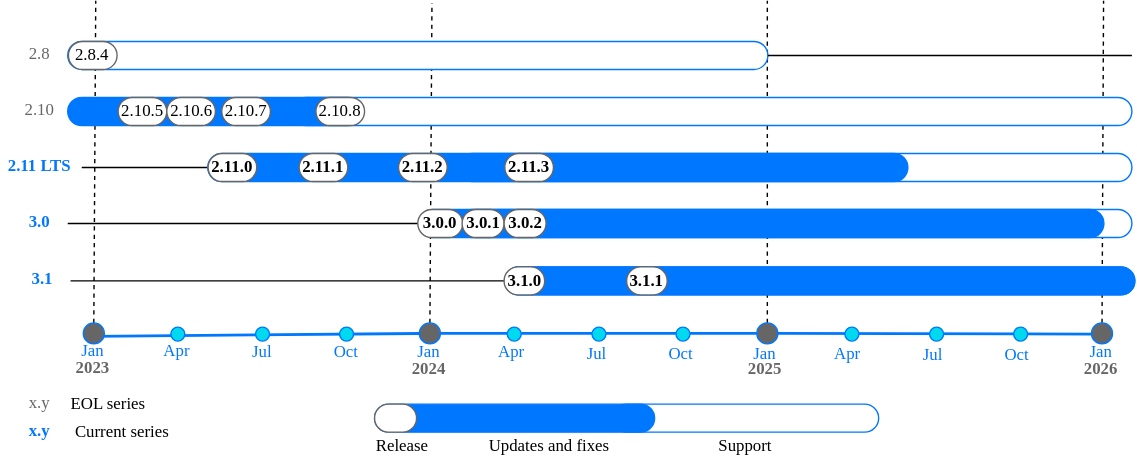
The draw.io diagram doc/release/_images/releases_calendar.svg in tarantool/doc, before a commit. Source tidied: cells renumbered, new cells last; positions are measured from the earlier drawing's top-left corner, leaving out a move shared by most shapes.
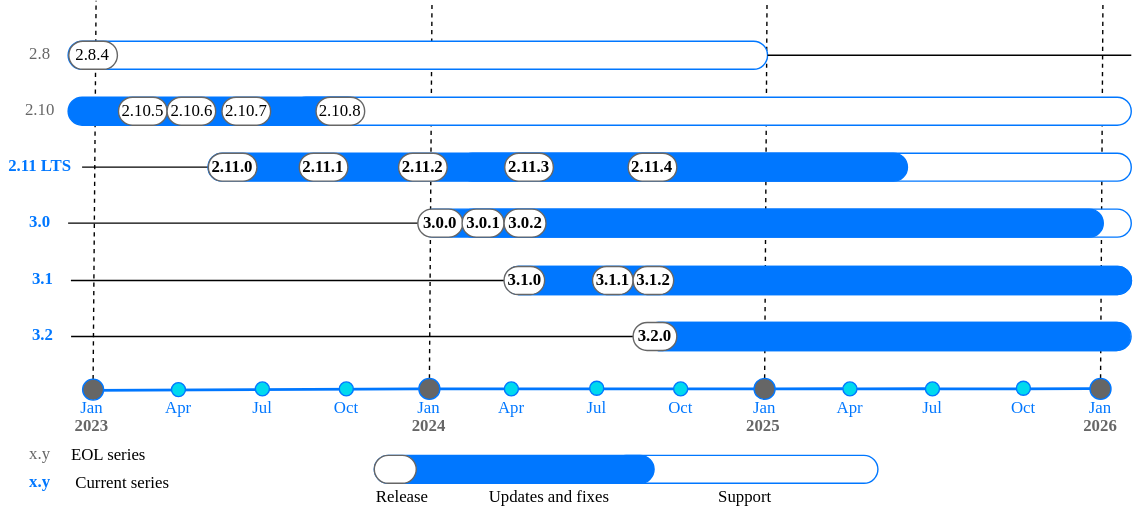
After the change.

What changed in the source:
```diff
@@ -3,20 +3,18 @@
     <mxCell id="0" style="html=1;" />
     <mxCell id="1" style="html=1;" parent="0" />
     <mxCell id="2" style="rounded=1;whiteSpace=wrap;html=1;glass=0;arcSize=50;strokeColor=#0077FF;fillColor=#FFFFFF;strokeWidth=1;fontFamily=VK Sans Display;" parent="1" vertex="1">
-      <mxGeometry x="437" y="288" width="190" height="20" as="geometry" />
+      <mxGeometry x="436.8" y="325" width="190" height="20" as="geometry" />
     </mxCell>
-    <mxCell id="3" style="endArrow=none;html=1;rounded=0;exitX=1;exitY=0.5;exitDx=0;exitDy=0;entryX=0;entryY=0.5;entryDx=0;entryDy=0;strokeWidth=2;strokeColor=#0077FF;fontColor=#0077FF;fontFamily=VK Sans Display;" parent="1" edge="1" source="66">
-      <mxGeometry relative="1" as="geometry">
-        <mxPoint x="782.1" y="238" as="targetPoint" />
-      </mxGeometry>
+    <mxCell id="3" style="endArrow=none;html=1;rounded=0;exitX=1;exitY=0.5;exitDx=0;exitDy=0;entryX=0.002;entryY=0.489;entryDx=0;entryDy=0;strokeWidth=2;strokeColor=#0077FF;fontColor=#0077FF;fontFamily=VK Sans Display;entryPerimeter=0;" parent="1" edge="1" source="24" target="65">
+      <mxGeometry relative="1" as="geometry" />
     </mxCell>
-    <mxCell id="4" style="endArrow=none;html=1;rounded=0;exitX=0.516;exitY=-0.544;exitDx=0;exitDy=0;exitPerimeter=0;strokeWidth=2;strokeColor=#0077FF;fontColor=#0077FF;fontFamily=VK Sans Display;" parent="1" edge="1" source="29" target="64">
-      <mxGeometry relative="1" as="geometry" />
+    <mxCell id="4" style="endArrow=none;html=1;rounded=0;exitX=0.516;exitY=-0.544;exitDx=0;exitDy=0;exitPerimeter=0;strokeWidth=2;strokeColor=#0077FF;fontColor=#0077FF;fontFamily=VK Sans Display;" parent="1" edge="1" target="64">
+      <mxGeometry relative="1" as="geometry">
+        <mxPoint x="65.6" y="278.6" as="sourcePoint" />
+      </mxGeometry>
     </mxCell>
-    <mxCell id="5" style="endArrow=none;html=1;rounded=0;exitX=1;exitY=0.5;exitDx=0;exitDy=0;entryX=0;entryY=0.5;entryDx=0;entryDy=0;strokeWidth=2;strokeColor=#0077FF;fontColor=#0077FF;fontFamily=VK Sans Display;" parent="1" edge="1" target="66">
-      <mxGeometry relative="1" as="geometry">
-        <mxPoint x="313" y="237.5" as="sourcePoint" />
-      </mxGeometry>
+    <mxCell id="5" style="endArrow=none;html=1;rounded=0;exitX=0.964;exitY=0.502;exitDx=0;exitDy=0;entryX=0;entryY=0.5;entryDx=0;entryDy=0;strokeWidth=2;strokeColor=#0077FF;fontColor=#0077FF;fontFamily=VK Sans Display;exitPerimeter=0;" parent="1" edge="1" source="20" target="66">
+      <mxGeometry relative="1" as="geometry" />
     </mxCell>
     <mxCell id="6" style="endArrow=none;dashed=1;html=1;strokeWidth=1;rounded=0;fontFamily=VK Sans Display;" parent="1" edge="1" source="65">
       <mxGeometry relative="1" as="geometry">
@@ -52,91 +50,80 @@
         <mxPoint x="57.9" y="119" as="sourcePoint" />
       </mxGeometry>
     </mxCell>
-    <mxCell id="14" style="endArrow=none;html=1;rounded=0;strokeColor=#0077FF;fontColor=#0077FF;fontFamily=VK Sans Display;" parent="1" edge="1" target="15">
+    <mxCell id="14" style="endArrow=none;html=1;rounded=0;strokeColor=#0077FF;fontColor=#0077FF;fontFamily=VK Sans Display;" parent="1" edge="1">
       <mxGeometry relative="1" as="geometry">
-        <mxPoint x="67" y="239" as="sourcePoint" />
+        <mxPoint x="66.8" y="276" as="sourcePoint" />
+        <mxPoint x="66.2" y="282" as="targetPoint" />
       </mxGeometry>
     </mxCell>
     <mxCell id="15" style="ellipse;whiteSpace=wrap;html=1;strokeColor=#0077FF;fillColor=#666666;fontColor=#0077FF;fontFamily=VK Sans Display;" parent="1" vertex="1">
-      <mxGeometry x="59" y="230" width="15" height="15" as="geometry" />
+      <mxGeometry x="58.2" y="270.5" width="15" height="15" as="geometry" />
     </mxCell>
     <mxCell id="16" style="ellipse;whiteSpace=wrap;html=1;strokeColor=#0077FF;fillColor=#00d9ee;fontColor=#0077FF;fontFamily=VK Sans Display;" parent="1" vertex="1">
-      <mxGeometry x="121.5" y="233" width="10" height="10" as="geometry" />
+      <mxGeometry x="121.8" y="273" width="10" height="10" as="geometry" />
     </mxCell>
     <mxCell id="17" style="ellipse;whiteSpace=wrap;html=1;strokeColor=#0077FF;fillColor=#00d9ee;fontColor=#0077FF;fontFamily=VK Sans Display;" parent="1" vertex="1">
-      <mxGeometry x="182" y="233" width="10" height="10" as="geometry" />
+      <mxGeometry x="181.8" y="272.5" width="10" height="10" as="geometry" />
     </mxCell>
     <mxCell id="18" style="ellipse;whiteSpace=wrap;html=1;strokeColor=#0077FF;fillColor=#00d9ee;fontColor=#0077FF;fontFamily=VK Sans Display;" parent="1" vertex="1">
-      <mxGeometry x="242" y="233" width="10" height="10" as="geometry" />
+      <mxGeometry x="241.8" y="272.5" width="10" height="10" as="geometry" />
     </mxCell>
     <mxCell id="19" value="&lt;b&gt;2023&lt;/b&gt;" style="text;html=1;align=center;verticalAlign=middle;whiteSpace=wrap;rounded=0;fontColor=#666666;strokeColor=none;fontFamily=VK Sans Display;" parent="1" vertex="1">
-      <mxGeometry x="51" y="257" width="30" height="10" as="geometry" />
+      <mxGeometry x="50.2" y="299" width="30" height="10" as="geometry" />
     </mxCell>
-    <mxCell id="20" style="ellipse;whiteSpace=wrap;html=1;strokeColor=#0077FF;fillColor=#00D9EE;fontColor=#0077FF;fontFamily=VK Sans Display;" parent="1" vertex="1">
-      <mxGeometry x="361.8" y="233" width="10" height="10" as="geometry" />
-    </mxCell>
     <mxCell id="21" style="ellipse;whiteSpace=wrap;html=1;strokeColor=#0077FF;fillColor=#00D9EE;fontColor=#0077FF;fontFamily=VK Sans Display;" parent="1" vertex="1">
-      <mxGeometry x="422.2" y="233" width="10" height="10" as="geometry" />
+      <mxGeometry x="420.8" y="272" width="10" height="10" as="geometry" />
     </mxCell>
     <mxCell id="22" style="ellipse;whiteSpace=wrap;html=1;strokeColor=#0077FF;fillColor=#00D9EE;fontColor=#0077FF;fontFamily=VK Sans Display;" parent="1" vertex="1">
-      <mxGeometry x="482.2" y="233" width="10" height="10" as="geometry" />
+      <mxGeometry x="480.8" y="272.5" width="10" height="10" as="geometry" />
     </mxCell>
-    <mxCell id="23" style="ellipse;whiteSpace=wrap;html=1;strokeColor=#0077FF;fillColor=#00D9EE;fontColor=#0077FF;fontFamily=VK Sans Display;" parent="1" vertex="1">
-      <mxGeometry x="602.9" y="233" width="10" height="10" as="geometry" />
-    </mxCell>
-    <mxCell id="24" style="ellipse;whiteSpace=wrap;html=1;strokeColor=#0077FF;fillColor=#00D9EE;fontColor=#0077FF;fontFamily=VK Sans Display;" parent="1" vertex="1">
-      <mxGeometry x="663.4" y="233" width="10" height="10" as="geometry" />
-    </mxCell>
     <mxCell id="25" style="ellipse;whiteSpace=wrap;html=1;strokeColor=#0077FF;fillColor=#00D9EE;fontColor=#0077FF;fontFamily=VK Sans Display;" parent="1" vertex="1">
-      <mxGeometry x="723.4" y="233" width="10" height="10" as="geometry" />
+      <mxGeometry x="725.8" y="272" width="10" height="10" as="geometry" />
     </mxCell>
     <mxCell id="26" value="&lt;b&gt;2024&lt;/b&gt;" style="text;html=1;align=center;verticalAlign=middle;whiteSpace=wrap;rounded=0;fontColor=#666666;strokeColor=none;fontFamily=VK Sans Display;" parent="1" vertex="1">
-      <mxGeometry x="291" y="258" width="30" height="10" as="geometry" />
+      <mxGeometry x="290.8" y="299" width="30" height="10" as="geometry" />
     </mxCell>
     <mxCell id="27" value="2025" style="text;html=1;align=center;verticalAlign=middle;whiteSpace=wrap;rounded=0;fontStyle=1;fontColor=#666666;strokeColor=none;fontFamily=VK Sans Display;" parent="1" vertex="1">
-      <mxGeometry x="531" y="258" width="30" height="10" as="geometry" />
+      <mxGeometry x="530" y="299" width="30" height="10" as="geometry" />
     </mxCell>
     <mxCell id="28" value="2026" style="text;html=1;align=center;verticalAlign=middle;whiteSpace=wrap;rounded=0;fontStyle=1;fontColor=#666666;strokeColor=none;fontFamily=VK Sans Display;" parent="1" vertex="1">
-      <mxGeometry x="771" y="258" width="30" height="10" as="geometry" />
+      <mxGeometry x="770.8" y="299" width="30" height="10" as="geometry" />
     </mxCell>
-    <mxCell id="29" value="Jan" style="text;html=1;align=center;verticalAlign=middle;whiteSpace=wrap;rounded=0;fontColor=#0077FF;strokeColor=none;fontFamily=VK Sans Display;" parent="1" vertex="1">
-      <mxGeometry x="56" y="245" width="20" height="10" as="geometry" />
-    </mxCell>
     <mxCell id="30" value="Apr" style="text;html=1;align=center;verticalAlign=middle;whiteSpace=wrap;rounded=0;fontColor=#0077FF;strokeColor=none;fontFamily=VK Sans Display;" parent="1" vertex="1">
-      <mxGeometry x="116" y="245" width="20" height="10" as="geometry" />
+      <mxGeometry x="116.8" y="285.5" width="20" height="10" as="geometry" />
     </mxCell>
     <mxCell id="31" value="Jul" style="text;html=1;align=center;verticalAlign=middle;whiteSpace=wrap;rounded=0;fontColor=#0077FF;strokeColor=none;fontFamily=VK Sans Display;" parent="1" vertex="1">
-      <mxGeometry x="177" y="246" width="20" height="10" as="geometry" />
+      <mxGeometry x="176.8" y="285.5" width="20" height="10" as="geometry" />
     </mxCell>
     <mxCell id="32" value="Oct" style="text;html=1;align=center;verticalAlign=middle;whiteSpace=wrap;rounded=0;fontColor=#0077FF;strokeColor=none;fontFamily=VK Sans Display;" parent="1" vertex="1">
-      <mxGeometry x="237" y="246" width="20" height="10" as="geometry" />
+      <mxGeometry x="236.8" y="285.5" width="20" height="10" as="geometry" />
     </mxCell>
     <mxCell id="33" value="Jan" style="text;html=1;align=center;verticalAlign=middle;whiteSpace=wrap;rounded=0;fontColor=#0077FF;strokeColor=none;fontFamily=VK Sans Display;" parent="1" vertex="1">
-      <mxGeometry x="296" y="246" width="20" height="10" as="geometry" />
+      <mxGeometry x="295.8" y="285.5" width="20" height="10" as="geometry" />
     </mxCell>
     <mxCell id="34" value="Apr" style="text;html=1;align=center;verticalAlign=middle;whiteSpace=wrap;rounded=0;fontColor=#0077FF;strokeColor=none;fontFamily=VK Sans Display;" parent="1" vertex="1">
-      <mxGeometry x="355" y="246" width="20" height="10" as="geometry" />
+      <mxGeometry x="354.8" y="285.5" width="20" height="10" as="geometry" />
     </mxCell>
     <mxCell id="35" value="Jul" style="text;html=1;align=center;verticalAlign=middle;whiteSpace=wrap;rounded=0;fontColor=#0077FF;strokeColor=none;fontFamily=VK Sans Display;" parent="1" vertex="1">
-      <mxGeometry x="416" y="247" width="20" height="10" as="geometry" />
+      <mxGeometry x="415.8" y="285.5" width="20" height="10" as="geometry" />
     </mxCell>
     <mxCell id="36" value="Oct" style="text;html=1;align=center;verticalAlign=middle;whiteSpace=wrap;rounded=0;fontColor=#0077FF;strokeColor=none;fontFamily=VK Sans Display;" parent="1" vertex="1">
-      <mxGeometry x="476" y="247" width="20" height="10" as="geometry" />
+      <mxGeometry x="475.8" y="285.5" width="20" height="10" as="geometry" />
     </mxCell>
     <mxCell id="37" value="Jan" style="text;html=1;align=center;verticalAlign=middle;whiteSpace=wrap;rounded=0;fontColor=#0077FF;strokeColor=none;fontFamily=VK Sans Display;" parent="1" vertex="1">
-      <mxGeometry x="536" y="247" width="20" height="10" as="geometry" />
+      <mxGeometry x="535.8" y="285.5" width="20" height="10" as="geometry" />
     </mxCell>
     <mxCell id="38" value="Apr" style="text;html=1;align=center;verticalAlign=middle;whiteSpace=wrap;rounded=0;fontColor=#0077FF;strokeColor=none;fontFamily=VK Sans Display;" parent="1" vertex="1">
-      <mxGeometry x="595" y="247" width="20" height="10" as="geometry" />
+      <mxGeometry x="597" y="285.5" width="20" height="10" as="geometry" />
     </mxCell>
     <mxCell id="39" value="Jul" style="text;html=1;align=center;verticalAlign=middle;whiteSpace=wrap;rounded=0;fontColor=#0077FF;strokeColor=none;fontFamily=VK Sans Display;" parent="1" vertex="1">
-      <mxGeometry x="656" y="248" width="20" height="10" as="geometry" />
+      <mxGeometry x="655.8" y="285.5" width="20" height="10" as="geometry" />
     </mxCell>
     <mxCell id="40" value="Oct" style="text;html=1;align=center;verticalAlign=middle;whiteSpace=wrap;rounded=0;fontColor=#0077FF;strokeColor=none;fontFamily=VK Sans Display;" parent="1" vertex="1">
-      <mxGeometry x="716" y="248" width="20" height="10" as="geometry" />
+      <mxGeometry x="720.8" y="285.5" width="20" height="10" as="geometry" />
     </mxCell>
     <mxCell id="41" value="Jan" style="text;html=1;align=center;verticalAlign=middle;whiteSpace=wrap;rounded=0;fontColor=#0077FF;strokeColor=none;fontFamily=VK Sans Display;" parent="1" vertex="1">
-      <mxGeometry x="776.1" y="246" width="20" height="10" as="geometry" />
+      <mxGeometry x="775.9" y="285.5" width="20" height="10" as="geometry" />
     </mxCell>
     <mxCell id="42" style="endArrow=none;html=1;rounded=0;fontFamily=VK Sans Display;" parent="1" edge="1" source="45">
       <mxGeometry relative="1" as="geometry">
@@ -213,43 +200,43 @@
       </mxGeometry>
     </mxCell>
     <mxCell id="64" style="ellipse;whiteSpace=wrap;html=1;strokeColor=#0077FF;fillColor=#666666;fontColor=#0077FF;fontFamily=VK Sans Display;" parent="1" vertex="1">
-      <mxGeometry x="299" y="230" width="15" height="15" as="geometry" />
+      <mxGeometry x="298.6" y="270" width="15" height="15" as="geometry" />
     </mxCell>
     <mxCell id="65" style="ellipse;whiteSpace=wrap;html=1;strokeColor=#0077FF;fillColor=#666666;fontColor=#0077FF;fontFamily=VK Sans Display;" parent="1" vertex="1">
-      <mxGeometry x="779" y="230" width="15" height="15" as="geometry" />
+      <mxGeometry x="778.4" y="270" width="15" height="15" as="geometry" />
     </mxCell>
     <mxCell id="66" style="ellipse;whiteSpace=wrap;html=1;strokeColor=#0077FF;fillColor=#666666;fontColor=#0077FF;fontFamily=VK Sans Display;" parent="1" vertex="1">
-      <mxGeometry x="540" y="230" width="15" height="15" as="geometry" />
+      <mxGeometry x="538.2" y="270" width="15" height="15" as="geometry" />
     </mxCell>
     <mxCell id="67" style="rounded=1;whiteSpace=wrap;html=1;glass=0;arcSize=50;strokeColor=#0077FF;fillColor=#0077FF;fontFamily=VK Sans Display;" parent="1" vertex="1">
-      <mxGeometry x="267" y="288" width="200" height="20" as="geometry" />
+      <mxGeometry x="266.8" y="325" width="200" height="20" as="geometry" />
     </mxCell>
     <mxCell id="68" style="rounded=1;whiteSpace=wrap;html=1;glass=0;arcSize=50;strokeColor=#666666;fillColor=#FFFFFF;strokeWidth=1;fontFamily=VK Sans Display;" parent="1" vertex="1">
-      <mxGeometry x="267" y="288" width="30" height="20" as="geometry" />
+      <mxGeometry x="266.8" y="325" width="30" height="20" as="geometry" />
     </mxCell>
     <mxCell id="69" value="Release" style="text;html=1;align=center;verticalAlign=middle;whiteSpace=wrap;rounded=0;fontFamily=VK Sans Display;" parent="1" vertex="1">
-      <mxGeometry x="257" y="308" width="60" height="20" as="geometry" />
+      <mxGeometry x="256.8" y="345" width="60" height="20" as="geometry" />
     </mxCell>
     <mxCell id="70" value="Updates and fixes" style="text;html=1;align=center;verticalAlign=middle;whiteSpace=wrap;rounded=0;fontFamily=VK Sans Display;" parent="1" vertex="1">
-      <mxGeometry x="337" y="308" width="110" height="20" as="geometry" />
+      <mxGeometry x="336.8" y="345" width="110" height="20" as="geometry" />
     </mxCell>
     <mxCell id="71" value="Support" style="text;html=1;align=center;verticalAlign=middle;whiteSpace=wrap;rounded=0;fontFamily=VK Sans Display;" parent="1" vertex="1">
-      <mxGeometry x="507" y="308" width="50" height="20" as="geometry" />
+      <mxGeometry x="506.8" y="345" width="50" height="20" as="geometry" />
     </mxCell>
     <mxCell id="72" value="x.y" style="text;html=1;align=center;verticalAlign=middle;whiteSpace=wrap;rounded=0;fontColor=#666666;fontFamily=VK Sans Display;" parent="1" vertex="1">
-      <mxGeometry x="17" y="278" width="22.2" height="17.5" as="geometry" />
+      <mxGeometry x="16.8" y="315" width="22.2" height="17.5" as="geometry" />
     </mxCell>
     <mxCell id="73" value="EOL series" style="text;html=1;align=center;verticalAlign=middle;whiteSpace=wrap;rounded=0;fontFamily=VK Sans Display;" parent="1" vertex="1">
-      <mxGeometry x="37" y="278" width="80" height="20" as="geometry" />
+      <mxGeometry x="36.8" y="315" width="80" height="20" as="geometry" />
     </mxCell>
     <mxCell id="74" value="&lt;font color=&quot;#0077ff&quot;&gt;&lt;b&gt;x.y&lt;/b&gt;&lt;/font&gt;" style="text;html=1;align=center;verticalAlign=middle;whiteSpace=wrap;rounded=0;fontFamily=VK Sans Display;" parent="1" vertex="1">
-      <mxGeometry x="15" y="298" width="26" height="17.5" as="geometry" />
+      <mxGeometry x="14.8" y="335" width="26" height="17.5" as="geometry" />
     </mxCell>
     <mxCell id="75" value="Current series" style="text;html=1;align=center;verticalAlign=middle;whiteSpace=wrap;rounded=0;fontFamily=VK Sans Display;" parent="1" vertex="1">
-      <mxGeometry x="37" y="298" width="100" height="20" as="geometry" />
+      <mxGeometry x="36.8" y="335" width="100" height="20" as="geometry" />
     </mxCell>
     <mxCell id="76" style="rounded=1;whiteSpace=wrap;html=1;glass=0;arcSize=50;strokeColor=#0077FF;fillColor=#FFFFFF;strokeWidth=1;fontFamily=VK Sans Display;" parent="1" vertex="1">
-      <mxGeometry x="360" y="190" width="449.9" height="20" as="geometry" />
+      <mxGeometry x="360" y="190" width="448" height="20" as="geometry" />
     </mxCell>
     <mxCell id="77" style="endArrow=none;html=1;rounded=0;fontFamily=VK Sans Display;" parent="1" edge="1" source="80">
       <mxGeometry relative="1" as="geometry">
@@ -265,7 +252,7 @@
       </mxGeometry>
     </mxCell>
     <mxCell id="80" style="rounded=1;whiteSpace=wrap;html=1;glass=0;arcSize=50;strokeColor=#0077FF;fillColor=#0077FF;fontFamily=VK Sans Display;" parent="1" vertex="1">
-      <mxGeometry x="360" y="190" width="450" height="20" as="geometry" />
+      <mxGeometry x="360" y="190" width="448" height="20" as="geometry" />
     </mxCell>
     <mxCell id="81" value="&lt;b&gt;3.1.0&lt;/b&gt;" style="rounded=1;whiteSpace=wrap;html=1;glass=0;arcSize=50;strokeColor=#666666;fillColor=#FFFFFF;strokeWidth=1;fontFamily=VK Sans Display;" parent="1" vertex="1">
       <mxGeometry x="359.5" y="190" width="29" height="20" as="geometry" />
@@ -277,7 +264,56 @@
       <mxGeometry x="360" y="109" width="34.8" height="20" as="geometry" />
     </mxCell>
     <mxCell id="84" value="&lt;b&gt;3.1.1&lt;/b&gt;" style="rounded=1;whiteSpace=wrap;html=1;glass=0;arcSize=50;strokeColor=#666666;fillColor=#FFFFFF;strokeWidth=1;fontFamily=VK Sans Display;" parent="1" vertex="1">
-      <mxGeometry x="447" y="190" width="29" height="20" as="geometry" />
+      <mxGeometry x="422.8" y="190" width="29" height="20" as="geometry" />
     </mxCell>
+    <mxCell id="85" style="endArrow=none;html=1;rounded=0;exitX=1;exitY=0.5;exitDx=0;exitDy=0;entryX=0.002;entryY=0.489;entryDx=0;entryDy=0;strokeWidth=2;strokeColor=#0077FF;fontColor=#0077FF;fontFamily=VK Sans Display;entryPerimeter=0;" parent="1" edge="1" source="66" target="23">
+      <mxGeometry relative="1" as="geometry" />
+    </mxCell>
+    <mxCell id="23" style="ellipse;whiteSpace=wrap;html=1;strokeColor=#0077FF;fillColor=#00D9EE;fontColor=#0077FF;fontFamily=VK Sans Display;" parent="1" vertex="1">
+      <mxGeometry x="601.8" y="272.5" width="10" height="10" as="geometry" />
+    </mxCell>
+    <mxCell id="86" style="endArrow=none;html=1;rounded=0;exitX=1;exitY=0.5;exitDx=0;exitDy=0;entryX=0.002;entryY=0.489;entryDx=0;entryDy=0;strokeWidth=2;strokeColor=#0077FF;fontColor=#0077FF;fontFamily=VK Sans Display;entryPerimeter=0;" parent="1" edge="1" source="23" target="24">
+      <mxGeometry relative="1" as="geometry" />
+    </mxCell>
+    <mxCell id="24" style="ellipse;whiteSpace=wrap;html=1;strokeColor=#0077FF;fillColor=#00D9EE;fontColor=#0077FF;fontFamily=VK Sans Display;" parent="1" vertex="1">
+      <mxGeometry x="660.8" y="272.5" width="10" height="10" as="geometry" />
+    </mxCell>
+    <mxCell id="87" style="endArrow=none;html=1;rounded=0;exitX=0.964;exitY=0.502;exitDx=0;exitDy=0;entryX=0;entryY=0.5;entryDx=0;entryDy=0;strokeWidth=2;strokeColor=#0077FF;fontColor=#0077FF;fontFamily=VK Sans Display;exitPerimeter=0;" parent="1" edge="1" source="64" target="20">
+      <mxGeometry relative="1" as="geometry" />
+    </mxCell>
+    <mxCell id="20" style="ellipse;whiteSpace=wrap;html=1;strokeColor=#0077FF;fillColor=#00D9EE;fontColor=#0077FF;fontFamily=VK Sans Display;" parent="1" vertex="1">
+      <mxGeometry x="359.8" y="272.5" width="10" height="10" as="geometry" />
+    </mxCell>
+    <mxCell id="88" style="rounded=1;whiteSpace=wrap;html=1;glass=0;arcSize=50;strokeColor=#0077FF;fillColor=#FFFFFF;strokeWidth=1;fontFamily=VK Sans Display;" parent="1" vertex="1">
+      <mxGeometry x="460" y="230" width="347.7" height="20" as="geometry" />
+    </mxCell>
+    <mxCell id="89" style="endArrow=none;html=1;rounded=0;fontFamily=VK Sans Display;" parent="1" edge="1" source="92">
+      <mxGeometry relative="1" as="geometry">
+        <mxPoint x="787.7" y="240" as="targetPoint" />
+      </mxGeometry>
+    </mxCell>
+    <mxCell id="90" value="&lt;font color=&quot;#0077ff&quot;&gt;&lt;b&gt;3.2&lt;/b&gt;&lt;/font&gt;" style="text;html=1;align=center;verticalAlign=middle;whiteSpace=wrap;rounded=0;fontFamily=VK Sans Display;" parent="1" vertex="1">
+      <mxGeometry x="16.8" y="230" width="26" height="17.5" as="geometry" />
+    </mxCell>
+    <mxCell id="91" style="endArrow=none;html=1;rounded=0;fontFamily=VK Sans Display;" parent="1" edge="1" target="92">
+      <mxGeometry relative="1" as="geometry">
+        <mxPoint x="50" y="240" as="sourcePoint" />
+      </mxGeometry>
+    </mxCell>
+    <mxCell id="92" style="rounded=1;whiteSpace=wrap;html=1;glass=0;arcSize=50;strokeColor=#0077FF;fillColor=#0077FF;fontFamily=VK Sans Display;" parent="1" vertex="1">
+      <mxGeometry x="460" y="230" width="347" height="20" as="geometry" />
+    </mxCell>
+    <mxCell id="93" value="&lt;b&gt;3.2.0&lt;/b&gt;" style="rounded=1;whiteSpace=wrap;html=1;glass=0;arcSize=50;strokeColor=#666666;fillColor=#FFFFFF;strokeWidth=1;fontFamily=VK Sans Display;" parent="1" vertex="1">
+      <mxGeometry x="451.8" y="230" width="31.2" height="20" as="geometry" />
+    </mxCell>
+    <mxCell id="94" value="&lt;b&gt;2.11.4&lt;/b&gt;" style="rounded=1;whiteSpace=wrap;html=1;glass=0;arcSize=50;strokeColor=#666666;fillColor=#FFFFFF;strokeWidth=1;fontFamily=VK Sans Display;" parent="1" vertex="1">
+      <mxGeometry x="448.2" y="109" width="34.8" height="20" as="geometry" />
+    </mxCell>
+    <mxCell id="29" value="Jan" style="text;html=1;align=center;verticalAlign=middle;whiteSpace=wrap;rounded=0;fontColor=#0077FF;strokeColor=none;fontFamily=VK Sans Display;" parent="1" vertex="1">
+      <mxGeometry x="55.2" y="285.5" width="20" height="10" as="geometry" />
+    </mxCell>
+    <mxCell id="95" value="&lt;b&gt;3.1.2&lt;/b&gt;" style="rounded=1;whiteSpace=wrap;html=1;glass=0;arcSize=50;strokeColor=#666666;fillColor=#FFFFFF;strokeWidth=1;fontFamily=VK Sans Display;" parent="1" vertex="1">
+      <mxGeometry x="451.8" y="190" width="29" height="20" as="geometry" />
+    </mxCell>
   </root>
 </mxGraphModel>
```
